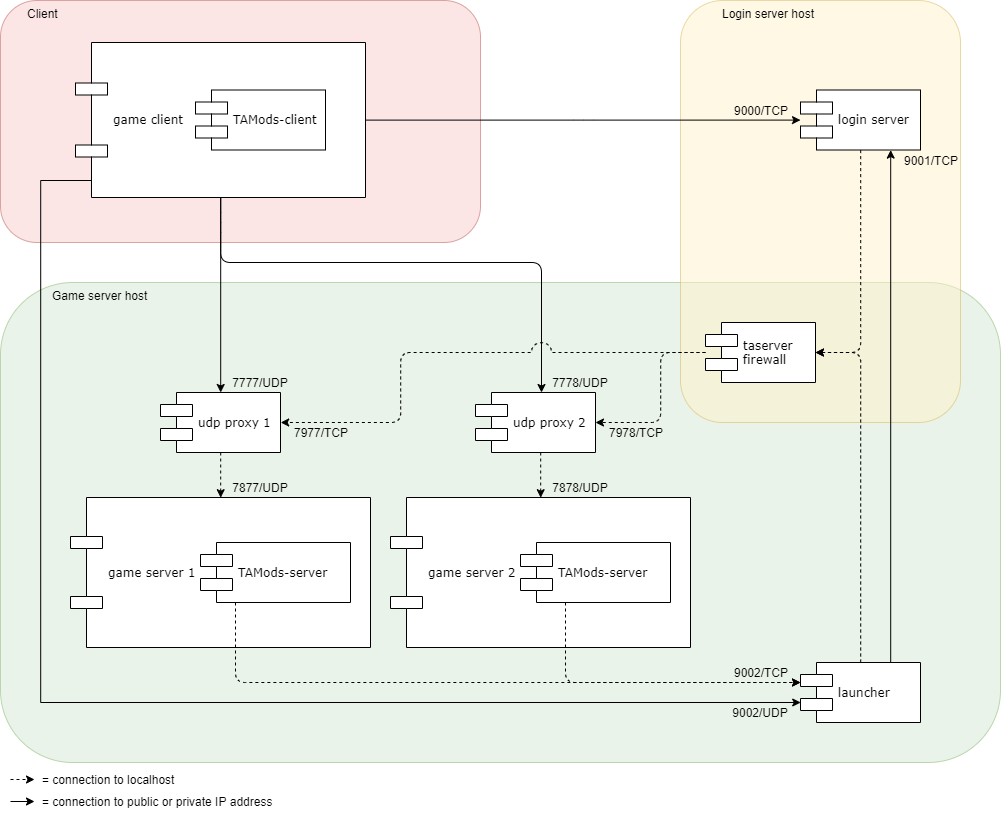
Above: docs/design_ports.png in Griffon26/taserver (draw.io), before the change. Source tidied: cells renumbered, new cells last; positions are measured from the earlier drawing's top-left corner, leaving out a move shared by most shapes.
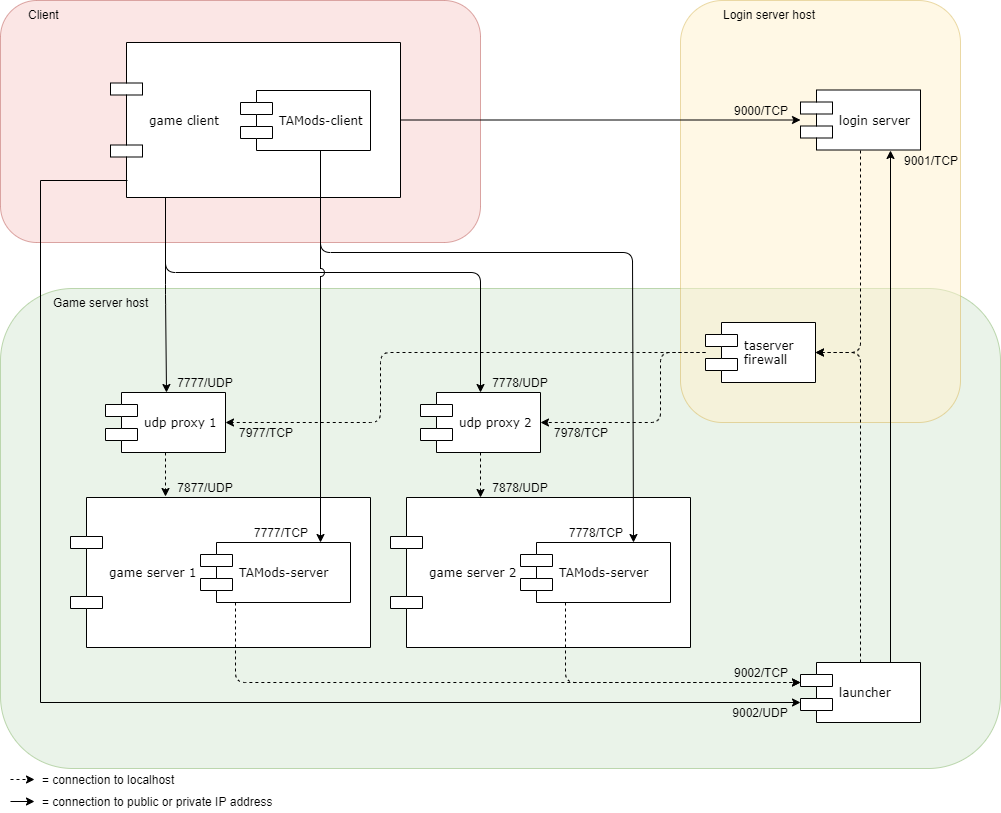
Above is the later version.

Commit message:
Add tamods to tamods-server connection to design_ports.png

The edit, as a diff of the source:
```diff
@@ -3,7 +3,7 @@
     <mxCell id="0" />
     <mxCell id="1" parent="0" />
     <mxCell id="2" value="Game server host&lt;br&gt;" style="rounded=1;whiteSpace=wrap;html=1;shadow=0;glass=0;fillColor=#d5e8d4;opacity=50;strokeColor=#82b366;verticalAlign=top;align=left;spacingLeft=50;" parent="1" vertex="1">
-      <mxGeometry y="282" width="1000" height="480" as="geometry" />
+      <mxGeometry y="288" width="1000" height="480" as="geometry" />
     </mxCell>
     <mxCell id="3" value="Login server host" style="rounded=1;whiteSpace=wrap;html=1;shadow=0;glass=0;fillColor=#fff2cc;opacity=50;strokeColor=#d6b656;verticalAlign=top;spacingLeft=40;align=left;" parent="1" vertex="1">
       <mxGeometry x="680" width="280" height="422" as="geometry" />
@@ -11,22 +11,15 @@
     <mxCell id="4" value="&lt;div style=&quot;text-align: right&quot;&gt;&lt;span&gt;Client&lt;/span&gt;&lt;/div&gt;" style="rounded=1;whiteSpace=wrap;html=1;shadow=0;glass=0;fillColor=#f8cecc;opacity=50;strokeColor=#b85450;align=left;verticalAlign=top;spacingLeft=25;" parent="1" vertex="1">
       <mxGeometry width="480" height="242" as="geometry" />
     </mxCell>
-    <mxCell id="5" style="edgeStyle=orthogonalEdgeStyle;rounded=1;html=1;entryX=0.5;entryY=0;jettySize=auto;exitX=0.5;exitY=1;" parent="1" edge="1" source="27" target="14">
+    <mxCell id="5" style="edgeStyle=orthogonalEdgeStyle;rounded=1;html=1;entryX=0.5;entryY=0;jettySize=auto;orthogonalLoop=1;entryDx=0;entryDy=0;exitX=0.189;exitY=0.996;exitDx=0;exitDy=0;exitPerimeter=0;" parent="1" edge="1">
       <mxGeometry relative="1" as="geometry">
+        <mxPoint x="165" y="196" as="sourcePoint" />
+        <mxPoint x="165.8" y="391.8" as="targetPoint" />
         <Array as="points">
-          <mxPoint x="220" y="222" />
-          <mxPoint x="220" y="222" />
+          <mxPoint x="166" y="294" />
         </Array>
       </mxGeometry>
     </mxCell>
-    <mxCell id="6" style="edgeStyle=orthogonalEdgeStyle;rounded=1;html=1;entryX=0.55;entryY=0.003;jettySize=auto;exitX=0.5;exitY=1;entryDx=0;entryDy=0;entryPerimeter=0;" parent="1" edge="1" source="27" target="16">
-      <mxGeometry relative="1" as="geometry">
-        <Array as="points">
-          <mxPoint x="220" y="262" />
-          <mxPoint x="541" y="262" />
-        </Array>
-      </mxGeometry>
-    </mxCell>
     <mxCell id="7" style="edgeStyle=orthogonalEdgeStyle;rounded=1;html=1;jettySize=auto;" parent="1" edge="1" source="27" target="9">
       <mxGeometry relative="1" as="geometry" />
     </mxCell>
@@ -49,39 +42,18 @@
     <mxCell id="12" value="launcher&lt;br&gt;" style="shape=component;align=left;spacingLeft=36;rounded=0;shadow=0;comic=0;labelBackgroundColor=none;strokeColor=#000000;strokeWidth=1;fillColor=#ffffff;fontFamily=Verdana;fontSize=12;fontColor=#000000;html=1;" parent="1" vertex="1">
       <mxGeometry x="800" y="662" width="120" height="60" as="geometry" />
     </mxCell>
-    <mxCell id="13" style="edgeStyle=orthogonalEdgeStyle;rounded=1;jumpStyle=arc;jumpSize=13;html=1;entryX=0.5;entryY=0;dashed=1;endSize=6;jettySize=auto;strokeColor=#000000;strokeWidth=1;" parent="1" edge="1" source="14" target="21">
+    <mxCell id="13" style="edgeStyle=orthogonalEdgeStyle;rounded=1;jumpStyle=arc;jumpSize=13;html=1;entryX=0.316;entryY=-0.004;dashed=1;endSize=6;jettySize=auto;strokeColor=#000000;strokeWidth=1;entryDx=0;entryDy=0;entryPerimeter=0;" parent="1" edge="1" source="14" target="21">
       <mxGeometry relative="1" as="geometry" />
     </mxCell>
     <mxCell id="14" value="udp proxy 1&lt;br&gt;" style="shape=component;align=left;spacingLeft=36;rounded=0;shadow=0;comic=0;labelBackgroundColor=none;strokeColor=#000000;strokeWidth=1;fillColor=#ffffff;fontFamily=Verdana;fontSize=12;fontColor=#000000;html=1;" parent="1" vertex="1">
-      <mxGeometry x="160" y="392" width="120" height="60" as="geometry" />
+      <mxGeometry x="105" y="392" width="120" height="60" as="geometry" />
     </mxCell>
-    <mxCell id="15" style="edgeStyle=orthogonalEdgeStyle;rounded=1;html=1;entryX=0.5;entryY=0;jettySize=auto;dashed=1;" parent="1" edge="1" source="16" target="24">
-      <mxGeometry relative="1" as="geometry">
-        <Array as="points">
-          <mxPoint x="510" y="392" />
-          <mxPoint x="510" y="392" />
-        </Array>
-      </mxGeometry>
+    <mxCell id="15" style="edgeStyle=orthogonalEdgeStyle;rounded=1;html=1;jettySize=auto;dashed=1;exitX=0.5;exitY=1;exitDx=0;exitDy=0;entryX=0.3;entryY=0.002;entryDx=0;entryDy=0;entryPerimeter=0;" parent="1" edge="1" source="16" target="24">
+      <mxGeometry relative="1" as="geometry" />
     </mxCell>
     <mxCell id="16" value="udp proxy 2&lt;br&gt;" style="shape=component;align=left;spacingLeft=36;rounded=0;shadow=0;comic=0;labelBackgroundColor=none;strokeColor=#000000;strokeWidth=1;fillColor=#ffffff;fontFamily=Verdana;fontSize=12;fontColor=#000000;html=1;" parent="1" vertex="1">
-      <mxGeometry x="475" y="392" width="120" height="60" as="geometry" />
+      <mxGeometry x="420" y="392" width="120" height="60" as="geometry" />
     </mxCell>
-    <mxCell id="17" style="edgeStyle=orthogonalEdgeStyle;rounded=1;html=1;entryX=1;entryY=0.5;jettySize=auto;dashed=1;jumpStyle=arc;jumpSize=20;" parent="1" edge="1" source="19" target="14">
-      <mxGeometry relative="1" as="geometry">
-        <Array as="points">
-          <mxPoint x="400" y="352" />
-          <mxPoint x="400" y="422" />
-        </Array>
-      </mxGeometry>
-    </mxCell>
-    <mxCell id="18" style="edgeStyle=orthogonalEdgeStyle;rounded=1;html=1;entryX=1;entryY=0.5;jettySize=auto;dashed=1;" parent="1" edge="1" source="19" target="16">
-      <mxGeometry relative="1" as="geometry">
-        <Array as="points">
-          <mxPoint x="660" y="352" />
-          <mxPoint x="660" y="422" />
-        </Array>
-      </mxGeometry>
-    </mxCell>
     <mxCell id="19" value="taserver&lt;br&gt;firewall&lt;br&gt;" style="shape=component;align=left;spacingLeft=36;rounded=0;shadow=0;comic=0;labelBackgroundColor=none;strokeColor=#000000;strokeWidth=1;fillColor=#ffffff;fontFamily=Verdana;fontSize=12;fontColor=#000000;html=1;" parent="1" vertex="1">
       <mxGeometry x="705" y="322" width="110" height="60" as="geometry" />
     </mxCell>
@@ -94,6 +66,9 @@
     <mxCell id="22" value="TAMods-server&lt;br&gt;" style="shape=component;align=left;spacingLeft=36;rounded=0;shadow=0;comic=0;labelBackgroundColor=none;strokeColor=#000000;strokeWidth=1;fillColor=#ffffff;fontFamily=Verdana;fontSize=12;fontColor=#000000;html=1;" parent="20" vertex="1">
       <mxGeometry x="130" y="45" width="150" height="60" as="geometry" />
     </mxCell>
+    <mxCell id="46" value="7777/TCP" style="text;html=1;strokeColor=none;fillColor=none;align=center;verticalAlign=middle;whiteSpace=wrap;rounded=0;" parent="20" vertex="1">
+      <mxGeometry x="170" y="25" width="80" height="20" as="geometry" />
+    </mxCell>
     <mxCell id="23" style="group;" parent="1" vertex="1">
       <mxGeometry x="390" y="497" width="300" height="150" as="geometry" />
     </mxCell>
@@ -103,14 +78,17 @@
     <mxCell id="25" value="TAMods-server&lt;br&gt;" style="shape=component;align=left;spacingLeft=36;rounded=0;shadow=0;comic=0;labelBackgroundColor=none;strokeColor=#000000;strokeWidth=1;fillColor=#ffffff;fontFamily=Verdana;fontSize=12;fontColor=#000000;html=1;" parent="23" vertex="1">
       <mxGeometry x="130" y="45" width="150" height="60" as="geometry" />
     </mxCell>
+    <mxCell id="47" value="7778/TCP" style="text;html=1;strokeColor=none;fillColor=none;align=center;verticalAlign=middle;whiteSpace=wrap;rounded=0;" parent="23" vertex="1">
+      <mxGeometry x="165" y="25" width="80" height="20" as="geometry" />
+    </mxCell>
     <mxCell id="26" style="group;" parent="1" vertex="1">
-      <mxGeometry x="75" y="42" width="290" height="155" as="geometry" />
+      <mxGeometry x="110" y="42" width="290" height="155" as="geometry" />
     </mxCell>
     <mxCell id="27" value="game client&lt;br&gt;" style="shape=component;align=left;spacingLeft=36;rounded=0;shadow=0;comic=0;labelBackgroundColor=none;strokeColor=#000000;strokeWidth=1;fillColor=#ffffff;fontFamily=Verdana;fontSize=12;fontColor=#000000;html=1;" parent="26" vertex="1">
       <mxGeometry width="290" height="155" as="geometry" />
     </mxCell>
     <mxCell id="28" value="TAMods-client&lt;br&gt;" style="shape=component;align=left;spacingLeft=36;rounded=0;shadow=0;comic=0;labelBackgroundColor=none;strokeColor=#000000;strokeWidth=1;fillColor=#ffffff;fontFamily=Verdana;fontSize=12;fontColor=#000000;html=1;" parent="26" vertex="1">
-      <mxGeometry x="120" y="47.5" width="130" height="60" as="geometry" />
+      <mxGeometry x="130" y="48" width="130" height="60" as="geometry" />
     </mxCell>
     <mxCell id="29" style="edgeStyle=orthogonalEdgeStyle;rounded=1;html=1;jettySize=auto;dashed=1;" parent="1" edge="1" source="22" target="12">
       <mxGeometry relative="1" as="geometry">
@@ -133,22 +111,22 @@
       <mxGeometry x="890" y="149.5" width="80" height="20" as="geometry" />
     </mxCell>
     <mxCell id="33" value="7777/UDP" style="text;html=1;strokeColor=none;fillColor=none;align=center;verticalAlign=middle;whiteSpace=wrap;rounded=0;" parent="1" vertex="1">
-      <mxGeometry x="220" y="372" width="80" height="20" as="geometry" />
+      <mxGeometry x="165" y="372" width="80" height="20" as="geometry" />
     </mxCell>
     <mxCell id="34" value="7778/UDP" style="text;html=1;strokeColor=none;fillColor=none;align=center;verticalAlign=middle;whiteSpace=wrap;rounded=0;" parent="1" vertex="1">
-      <mxGeometry x="540" y="372" width="80" height="20" as="geometry" />
+      <mxGeometry x="480" y="372" width="80" height="20" as="geometry" />
     </mxCell>
     <mxCell id="35" value="7877/UDP" style="text;html=1;strokeColor=none;fillColor=none;align=center;verticalAlign=middle;whiteSpace=wrap;rounded=0;" parent="1" vertex="1">
-      <mxGeometry x="220" y="477" width="80" height="20" as="geometry" />
+      <mxGeometry x="165" y="477" width="80" height="20" as="geometry" />
     </mxCell>
     <mxCell id="36" value="7878/UDP" style="text;html=1;strokeColor=none;fillColor=none;align=center;verticalAlign=middle;whiteSpace=wrap;rounded=0;" parent="1" vertex="1">
-      <mxGeometry x="540" y="477" width="80" height="20" as="geometry" />
+      <mxGeometry x="480" y="477" width="80" height="20" as="geometry" />
     </mxCell>
     <mxCell id="37" value="7977/TCP&lt;br&gt;" style="text;html=1;strokeColor=none;fillColor=none;align=center;verticalAlign=middle;whiteSpace=wrap;rounded=0;" parent="1" vertex="1">
-      <mxGeometry x="280" y="422" width="80" height="20" as="geometry" />
+      <mxGeometry x="225" y="422" width="80" height="20" as="geometry" />
     </mxCell>
     <mxCell id="38" value="7978/TCP&lt;br&gt;" style="text;html=1;strokeColor=none;fillColor=none;align=center;verticalAlign=middle;whiteSpace=wrap;rounded=0;" parent="1" vertex="1">
-      <mxGeometry x="595" y="422" width="80" height="20" as="geometry" />
+      <mxGeometry x="540" y="422" width="80" height="20" as="geometry" />
     </mxCell>
     <mxCell id="39" value="9002/TCP" style="text;html=1;strokeColor=none;fillColor=none;align=center;verticalAlign=middle;whiteSpace=wrap;rounded=0;" parent="1" vertex="1">
       <mxGeometry x="720" y="662.2" width="80" height="20" as="geometry" />
@@ -183,5 +161,44 @@
     <mxCell id="45" value="9002/UDP" style="text;html=1;strokeColor=none;fillColor=none;align=center;verticalAlign=middle;whiteSpace=wrap;rounded=0;" parent="1" vertex="1">
       <mxGeometry x="720" y="702" width="80" height="20" as="geometry" />
     </mxCell>
+    <mxCell id="48" style="edgeStyle=orthogonalEdgeStyle;rounded=1;html=1;jettySize=auto;exitX=0.612;exitY=1.005;exitDx=0;exitDy=0;exitPerimeter=0;entryX=0.75;entryY=0;entryDx=0;entryDy=0;" parent="1" edge="1" source="28" target="25">
+      <mxGeometry relative="1" as="geometry">
+        <Array as="points">
+          <mxPoint x="320" y="252" />
+          <mxPoint x="632" y="252" />
+        </Array>
+      </mxGeometry>
+    </mxCell>
+    <mxCell id="6" style="edgeStyle=orthogonalEdgeStyle;rounded=1;html=1;entryX=0.5;entryY=0;jettySize=auto;exitX=0.191;exitY=0.997;entryDx=0;entryDy=0;exitDx=0;exitDy=0;exitPerimeter=0;jumpStyle=arc;jumpSize=10;" parent="1" edge="1" source="27" target="16">
+      <mxGeometry relative="1" as="geometry">
+        <Array as="points">
+          <mxPoint x="165" y="272" />
+          <mxPoint x="480" y="272" />
+        </Array>
+      </mxGeometry>
+    </mxCell>
+    <mxCell id="18" style="edgeStyle=orthogonalEdgeStyle;rounded=1;html=1;entryX=1;entryY=0.5;jettySize=auto;dashed=1;jumpStyle=none;jumpSize=20;" parent="1" edge="1" source="19" target="16">
+      <mxGeometry relative="1" as="geometry">
+        <Array as="points">
+          <mxPoint x="660" y="352" />
+          <mxPoint x="660" y="422" />
+        </Array>
+      </mxGeometry>
+    </mxCell>
+    <mxCell id="49" style="edgeStyle=orthogonalEdgeStyle;rounded=1;html=1;jettySize=auto;exitX=0.612;exitY=0.997;exitDx=0;exitDy=0;exitPerimeter=0;entryX=0.8;entryY=-0.005;entryDx=0;entryDy=0;entryPerimeter=0;jumpStyle=arc;jumpSize=8;" parent="1" edge="1" source="28" target="22">
+      <mxGeometry relative="1" as="geometry">
+        <Array as="points">
+          <mxPoint x="320" y="346" />
+        </Array>
+      </mxGeometry>
+    </mxCell>
+    <mxCell id="17" style="edgeStyle=orthogonalEdgeStyle;rounded=1;html=1;entryX=1;entryY=0.5;jettySize=auto;dashed=1;jumpStyle=none;jumpSize=20;" parent="1" edge="1" source="19" target="14">
+      <mxGeometry relative="1" as="geometry">
+        <Array as="points">
+          <mxPoint x="380" y="352" />
+          <mxPoint x="380" y="422" />
+        </Array>
+      </mxGeometry>
+    </mxCell>
   </root>
 </mxGraphModel>
```
